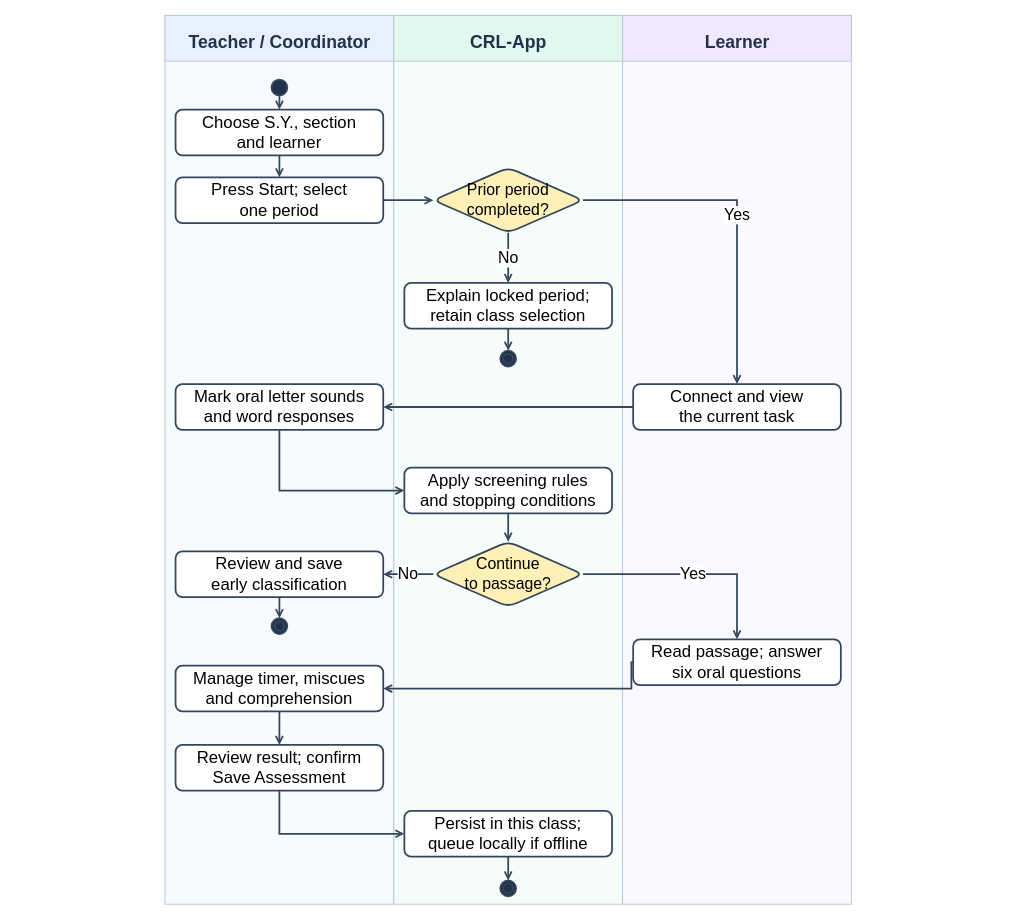
Earlier version of the draw.io diagram docs/diagrams/class-workspaces/figure-08-assessment.drawio (AkuSayangKamuJudaSayang/crl-app). Source tidied: cells renumbered, new cells numbered last; positions are measured from the earlier drawing's top-left corner, leaving out a move shared by most shapes. Both pictures are drawn from the tidied source at 88%, with x=0, y=0 at pixel (15, 15).
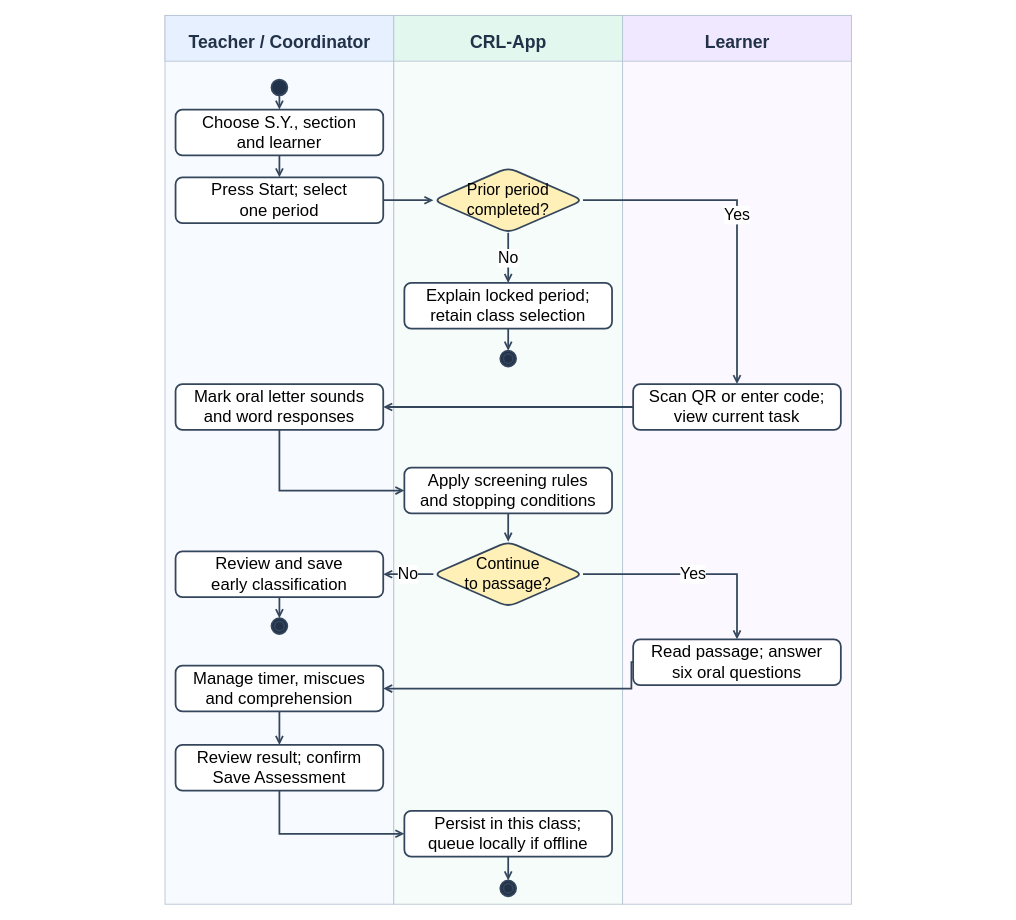
Above is the later version.

Commit message (it also covers changes not shown here):
CRL-2026-10-24.6 Prioritize direct online learner QR and code joins

Change to the diagram source:
```diff
@@
-    <mxCell id="17" value="Connect and view&lt;br&gt;the current task" style="rounded=1;whiteSpace=wrap;html=1;fillColor=#ffffff;strokeColor=#34465c;strokeWidth=2;fontSize=19;" parent="1" vertex="1">
+    <mxCell id="17" value="Scan QR or enter code;&lt;br&gt;view current task" style="rounded=1;whiteSpace=wrap;html=1;fillColor=#ffffff;strokeColor=#34465c;strokeWidth=2;fontSize=19;" parent="1" vertex="1">
       <mxGeometry x="702" y="419" width="236" height="52" as="geometry" />
     </mxCell>
```
